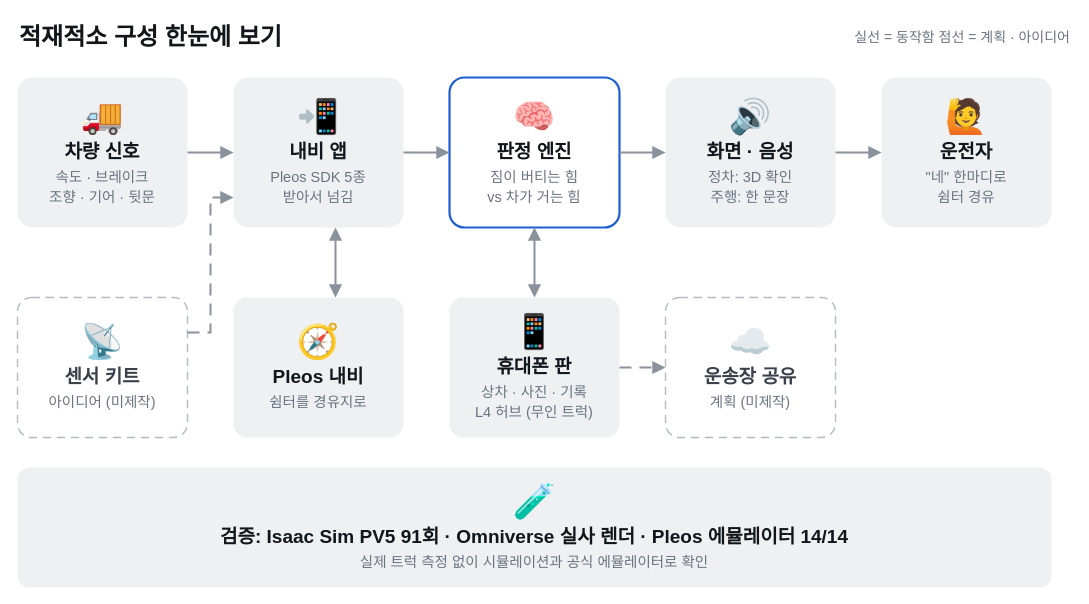
Above: app/design/architecture/jaejeok_architecture.drawio in koreamax/HMG-app-challenge-SCSS (draw.io), before the change. Source tidied: cells renumbered, new cells numbered last; positions are measured from the earlier drawing's top-left corner, leaving out a move shared by most shapes. Both pictures are drawn from the tidied source at 100%, with x=0, y=0 at pixel (17, 17).
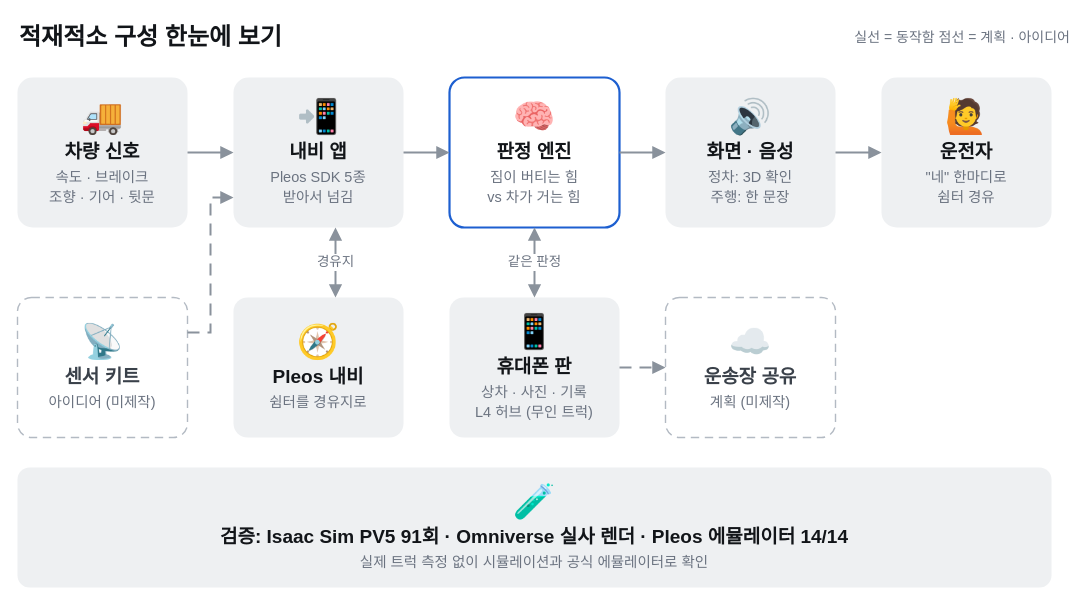
The same page after the edit.

The change refers to these unchanged cells:
```xml
<mxCell id="4" value="&lt;div style=&quot;font-size:34px;line-height:1.1;margin-bottom:6px&quot;&gt;📲&lt;/div&gt;&lt;div style=&quot;font-size:19px;font-weight:600;color:#121519&quot;&gt;내비 앱&lt;/div&gt;&lt;div style=&quot;font-size:14.5px;color:#6B7380;margin-top:4px;line-height:1.35&quot;&gt;Pleos SDK 5종&#10;받아서 넘김&lt;/div&gt;" style="rounded=1;arcSize=10;whiteSpace=wrap;html=1;fontFamily=Pretendard;fillColor=#EEF0F2;strokeColor=none;strokeWidth=1.4;align=center;verticalAlign=middle;spacing=8;" parent="1" vertex="1">
  <mxGeometry x="216" y="60" width="170" height="150" as="geometry" />
</mxCell>
<mxCell id="5" value="&lt;div style=&quot;font-size:34px;line-height:1.1;margin-bottom:6px&quot;&gt;🧠&lt;/div&gt;&lt;div style=&quot;font-size:19px;font-weight:600;color:#121519&quot;&gt;판정 엔진&lt;/div&gt;&lt;div style=&quot;font-size:14.5px;color:#6B7380;margin-top:4px;line-height:1.35&quot;&gt;짐이 버티는 힘&#10;vs 차가 거는 힘&lt;/div&gt;" style="rounded=1;arcSize=10;whiteSpace=wrap;html=1;fontFamily=Pretendard;fillColor=#FFFFFF;strokeColor=#1D5FD0;strokeWidth=2.2;align=center;verticalAlign=middle;spacing=8;" parent="1" vertex="1">
  <mxGeometry x="432" y="60" width="170" height="150" as="geometry" />
</mxCell>
<mxCell id="9" value="&lt;div style=&quot;font-size:34px;line-height:1.1;margin-bottom:6px&quot;&gt;🧭&lt;/div&gt;&lt;div style=&quot;font-size:19px;font-weight:600;color:#121519&quot;&gt;Pleos 내비&lt;/div&gt;&lt;div style=&quot;font-size:14.5px;color:#6B7380;margin-top:4px;line-height:1.35&quot;&gt;쉼터를 경유지로&lt;/div&gt;" style="rounded=1;arcSize=10;whiteSpace=wrap;html=1;fontFamily=Pretendard;fillColor=#EEF0F2;strokeColor=none;strokeWidth=1.4;align=center;verticalAlign=middle;spacing=8;" parent="1" vertex="1">
  <mxGeometry x="216" y="280" width="170" height="140" as="geometry" />
</mxCell>
<mxCell id="10" value="&lt;div style=&quot;font-size:34px;line-height:1.1;margin-bottom:6px&quot;&gt;📱&lt;/div&gt;&lt;div style=&quot;font-size:19px;font-weight:600;color:#121519&quot;&gt;휴대폰 판&lt;/div&gt;&lt;div style=&quot;font-size:14.5px;color:#6B7380;margin-top:4px;line-height:1.35&quot;&gt;상차 · 사진 · 기록&#10;L4 허브 (무인 트럭)&lt;/div&gt;" style="rounded=1;arcSize=10;whiteSpace=wrap;html=1;fontFamily=Pretendard;fillColor=#EEF0F2;strokeColor=none;strokeWidth=1.4;align=center;verticalAlign=middle;spacing=8;" parent="1" vertex="1">
  <mxGeometry x="432" y="280" width="170" height="140" as="geometry" />
</mxCell>
```

The edit, as a diff of the source:
```diff
@@
-    <mxCell id="18" style="edgeStyle=orthogonalEdgeStyle;rounded=0;html=1;fontFamily=Pretendard;fontSize=13.5;fontColor=#6B7380;strokeColor=#8A929C;strokeWidth=2;endArrow=block;endFill=1;endSize=8;labelBackgroundColor=#FFFFFF;startArrow=block;startFill=1;startSize=8;exitX=0.6;exitY=1;exitDx=0;exitDy=0;entryX=0.6;entryY=0;entryDx=0;entryDy=0;" parent="1" edge="1" source="4" target="9">
+    <mxCell id="18" value="경유지" style="edgeStyle=orthogonalEdgeStyle;rounded=0;html=1;fontFamily=Pretendard;fontSize=13.5;fontColor=#6B7380;strokeColor=#8A929C;strokeWidth=2;endArrow=block;endFill=1;endSize=8;labelBackgroundColor=#FFFFFF;startArrow=block;startFill=1;startSize=8;exitX=0.6;exitY=1;exitDx=0;exitDy=0;entryX=0.6;entryY=0;entryDx=0;entryDy=0;" parent="1" edge="1" source="4" target="9">
       <mxGeometry relative="1" as="geometry" />
     </mxCell>
-    <mxCell id="19" style="edgeStyle=orthogonalEdgeStyle;rounded=0;html=1;fontFamily=Pretendard;fontSize=13.5;fontColor=#6B7380;strokeColor=#8A929C;strokeWidth=2;endArrow=block;endFill=1;endSize=8;labelBackgroundColor=#FFFFFF;startArrow=block;startFill=1;startSize=8;" parent="1" edge="1" source="5" target="10">
+    <mxCell id="19" value="같은 판정" style="edgeStyle=orthogonalEdgeStyle;rounded=0;html=1;fontFamily=Pretendard;fontSize=13.5;fontColor=#6B7380;strokeColor=#8A929C;strokeWidth=2;endArrow=block;endFill=1;endSize=8;labelBackgroundColor=#FFFFFF;startArrow=block;startFill=1;startSize=8;" parent="1" edge="1" source="5" target="10">
       <mxGeometry relative="1" as="geometry" />
     </mxCell>
```
